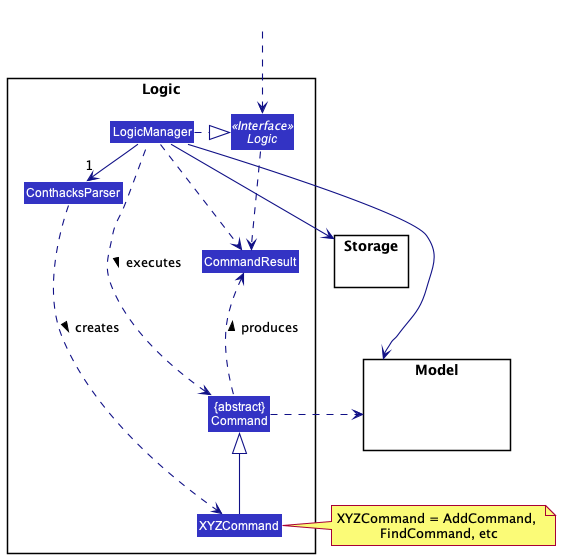
The PlantUML diagram docs/images/LogicClassDiagram.png in nus-cs2103-AY2122S1/tp, before a commit.
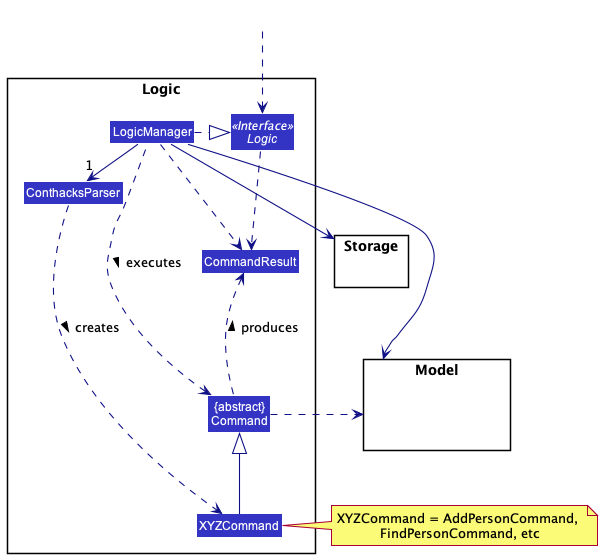
The same diagram one commit later.

The edit, as a diff of the source:
```diff
@@ -38,7 +38,7 @@
 Storage --[hidden] Model
 Command .[hidden]up.> Storage
 Command .right.> Model
-note right of XYZCommand: XYZCommand = AddCommand, \nFindCommand, etc
+note right of XYZCommand: XYZCommand = AddPersonCommand, \nFindPersonCommand, etc
 
 Logic ..> CommandResult
 LogicManager .down.> CommandResult
```
